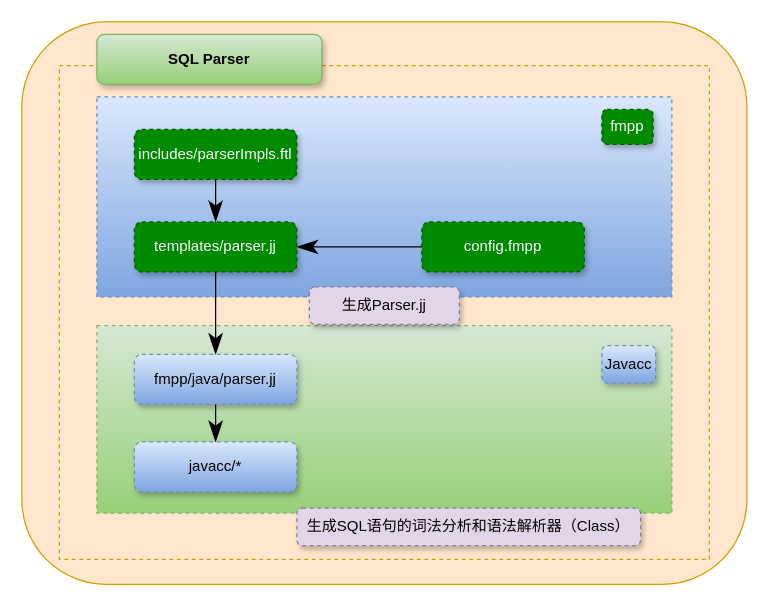
Earlier version of the draw.io diagram sql_parser.drawio (arlottang/tdh_bit). Source tidied: cells renumbered, new cells numbered last; positions are measured from the earlier drawing's top-left corner, leaving out a move shared by most shapes. Both pictures are drawn from the tidied source at 125%, with x=0, y=0 at pixel (21, 21).
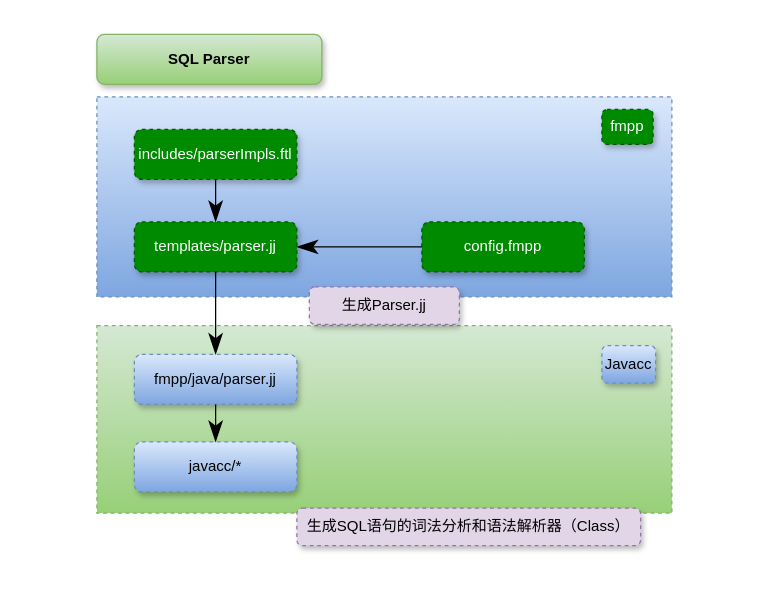
The same page after the edit.

Change to the diagram source:
```diff
@@
 <mxGraphModel>
   <root>
     <mxCell id="0" />
     <mxCell id="1" parent="0" />
-    <mxCell id="2" style="rounded=1;whiteSpace=wrap;html=1;hachureGap=4;fillColor=#ffe6cc;strokeColor=#d79b00;" parent="1" vertex="1">
-      <mxGeometry width="580" height="450" as="geometry" />
-    </mxCell>
-    <mxCell id="3" style="rounded=0;whiteSpace=wrap;html=1;hachureGap=4;dashed=1;fillColor=#ffe6cc;strokeColor=#d79b00;" parent="1" vertex="1">
-      <mxGeometry x="30" y="35" width="520" height="395" as="geometry" />
-    </mxCell>
     <mxCell id="4" style="rounded=0;whiteSpace=wrap;html=1;dashed=1;hachureGap=4;fillColor=#dae8fc;strokeColor=#6c8ebf;gradientColor=#7ea6e0;" parent="1" vertex="1">
       <mxGeometry x="60" y="60" width="460" height="160" as="geometry" />
     </mxCell>
     <mxCell id="5" value="includes/parserImpls.ftl" style="rounded=1;whiteSpace=wrap;html=1;dashed=1;hachureGap=4;fillColor=#008a00;strokeColor=#005700;fontColor=#ffffff;shadow=1;" parent="1" vertex="1">
       <mxGeometry x="90" y="86" width="130" height="40" as="geometry" />
     </mxCell>
     <mxCell id="6" value="templates/parser.jj" style="rounded=1;whiteSpace=wrap;html=1;dashed=1;hachureGap=4;fillColor=#008a00;strokeColor=#005700;fontColor=#ffffff;shadow=1;glass=0;" parent="1" vertex="1">
       <mxGeometry x="90" y="160" width="130" height="40" as="geometry" />
     </mxCell>
     <mxCell id="7" value="fmpp" style="rounded=1;whiteSpace=wrap;html=1;dashed=1;hachureGap=4;shadow=1;fillColor=#008a00;strokeColor=#005700;fontColor=#ffffff;" parent="1" vertex="1">
       <mxGeometry x="464" y="70" width="41" height="28" as="geometry" />
     </mxCell>
     <mxCell id="8" value="config.fmpp" style="rounded=1;whiteSpace=wrap;html=1;dashed=1;hachureGap=4;fillColor=#008a00;strokeColor=#005700;fontColor=#ffffff;shadow=1;" parent="1" vertex="1">
       <mxGeometry x="320" y="160" width="130" height="40" as="geometry" />
     </mxCell>
     <mxCell id="9" style="endArrow=classicThin;html=1;startSize=14;endSize=14;sourcePerimeterSpacing=8;targetPerimeterSpacing=8;entryX=1;entryY=0.5;entryDx=0;entryDy=0;exitX=0;exitY=0.5;exitDx=0;exitDy=0;endFill=1;" parent="1" edge="1" source="8" target="6">
       <mxGeometry relative="1" as="geometry" />
     </mxCell>
     <mxCell id="10" style="endArrow=classicThin;html=1;startSize=14;endSize=14;sourcePerimeterSpacing=8;targetPerimeterSpacing=8;exitX=0.5;exitY=1;exitDx=0;exitDy=0;endFill=1;entryX=0.5;entryY=0;entryDx=0;entryDy=0;" parent="1" edge="1" source="5" target="6">
       <mxGeometry relative="1" as="geometry" />
     </mxCell>
     <mxCell id="11" style="rounded=0;whiteSpace=wrap;html=1;dashed=1;hachureGap=4;fillColor=#d5e8d4;strokeColor=#82b366;gradientColor=#97d077;" parent="1" vertex="1">
       <mxGeometry x="60" y="243" width="460" height="150" as="geometry" />
     </mxCell>
     <mxCell id="12" value="Javacc" style="rounded=1;whiteSpace=wrap;html=1;dashed=1;hachureGap=4;shadow=1;fillColor=#dae8fc;strokeColor=#6c8ebf;gradientColor=#7ea6e0;" parent="1" vertex="1">
       <mxGeometry x="464" y="259" width="43" height="30" as="geometry" />
     </mxCell>
     <mxCell id="13" value="fmpp/java/parser.jj" style="rounded=1;whiteSpace=wrap;html=1;dashed=1;hachureGap=4;fillColor=#dae8fc;strokeColor=#6c8ebf;shadow=1;gradientColor=#7ea6e0;" parent="1" vertex="1">
       <mxGeometry x="90" y="266" width="130" height="40" as="geometry" />
     </mxCell>
     <mxCell id="14" value="javacc/*" style="rounded=1;whiteSpace=wrap;html=1;dashed=1;hachureGap=4;fillColor=#dae8fc;strokeColor=#6c8ebf;shadow=1;gradientColor=#7ea6e0;" parent="1" vertex="1">
       <mxGeometry x="90" y="336" width="130" height="40" as="geometry" />
     </mxCell>
     <mxCell id="15" style="endArrow=classicThin;html=1;startSize=14;endSize=14;sourcePerimeterSpacing=8;targetPerimeterSpacing=8;exitX=0.5;exitY=1;exitDx=0;exitDy=0;endFill=1;entryX=0.5;entryY=0;entryDx=0;entryDy=0;" parent="1" edge="1" source="6" target="13">
       <mxGeometry relative="1" as="geometry" />
     </mxCell>
     <mxCell id="16" style="endArrow=classicThin;html=1;startSize=14;endSize=14;sourcePerimeterSpacing=8;targetPerimeterSpacing=8;exitX=0.5;exitY=1;exitDx=0;exitDy=0;endFill=1;entryX=0.5;entryY=0;entryDx=0;entryDy=0;" parent="1" edge="1" source="13" target="14">
       <mxGeometry relative="1" as="geometry" />
     </mxCell>
     <mxCell id="17" value="生成Parser.jj" style="rounded=1;whiteSpace=wrap;html=1;shadow=1;glass=0;dashed=1;hachureGap=4;fillColor=#e1d5e7;strokeColor=#9673a6;" parent="1" vertex="1">
       <mxGeometry x="230" y="212" width="120" height="30" as="geometry" />
     </mxCell>
     <mxCell id="18" value="生成SQL语句的词法分析和语法解析器（Class）" style="rounded=1;whiteSpace=wrap;html=1;shadow=1;glass=0;dashed=1;hachureGap=4;fillColor=#e1d5e7;strokeColor=#9673a6;" parent="1" vertex="1">
       <mxGeometry x="220" y="389" width="275" height="30" as="geometry" />
     </mxCell>
     <mxCell id="19" value="SQL Parser" style="rounded=1;whiteSpace=wrap;html=1;shadow=1;glass=0;hachureGap=4;strokeWidth=1;fillColor=#d5e8d4;fontStyle=1;strokeColor=#82b366;gradientColor=#97d077;" parent="1" vertex="1">
       <mxGeometry x="60" y="10" width="180" height="40" as="geometry" />
     </mxCell>
   </root>
 </mxGraphModel>
```
